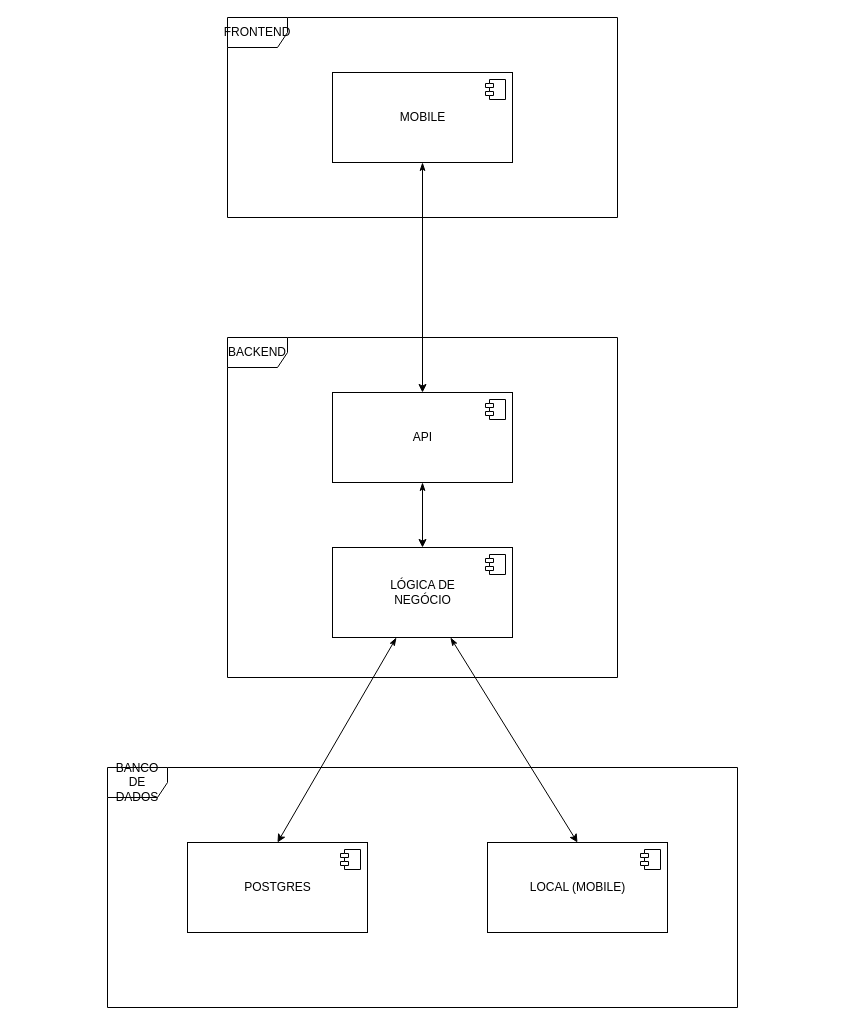
Before: docs/diagrama_arquitetura.drawio in raisson-souza/morfeus-backend, a draw.io diagram. Source tidied: cells renumbered, new cells numbered last; positions are measured from the earlier drawing's top-left corner, leaving out a move shared by most shapes. Both pictures are drawn from the tidied source at 100%, with x=0, y=0 at pixel (107, 17).
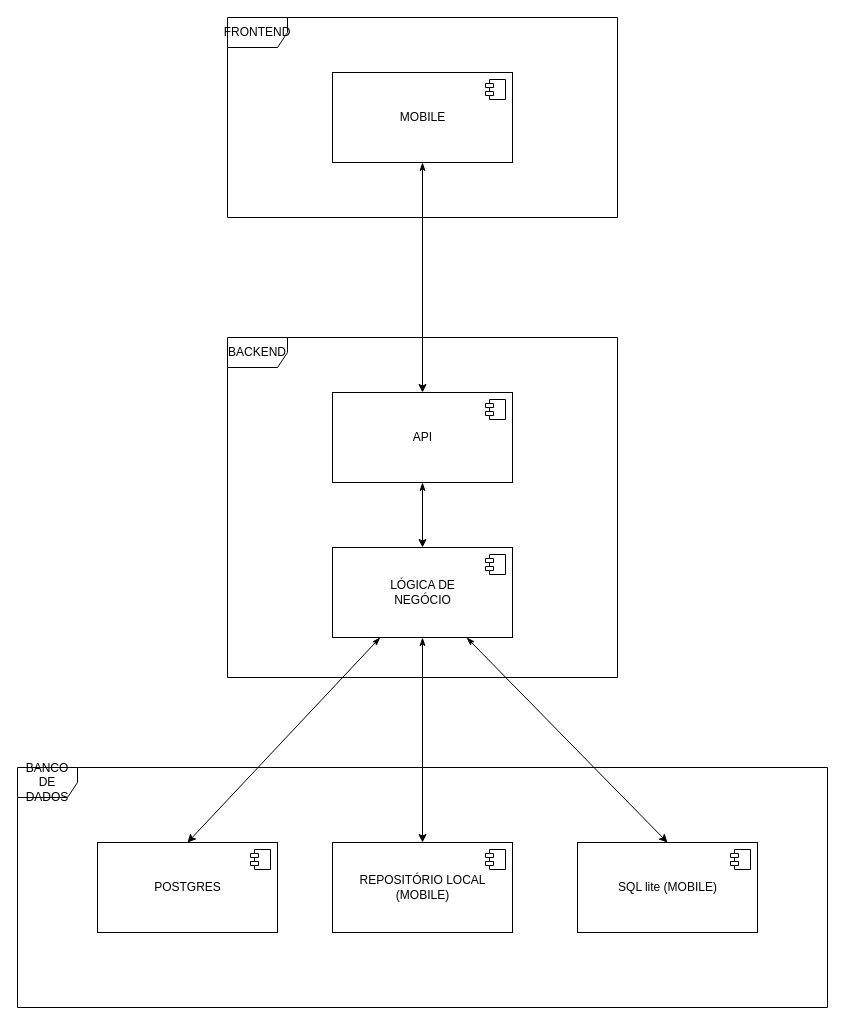
The same diagram, later.

The change refers to these unchanged cells:
```xml
<mxCell id="12" value="LÓGICA DE&lt;br&gt;NEGÓCIO" style="html=1;" parent="1" vertex="1">
  <mxGeometry x="225" y="530" width="180" height="90" as="geometry" />
</mxCell>
```

Diff of the diagram source:
```diff
@@
+    <mxCell id="19" style="edgeStyle=none;html=1;entryX=0.5;entryY=0;entryDx=0;entryDy=0;startArrow=classicThin;startFill=1;" parent="1" edge="1" source="12" target="20">
+      <mxGeometry relative="1" as="geometry" />
+    </mxCell>
@@
     <mxCell id="14" value="BANCO DE DADOS" style="shape=umlFrame;whiteSpace=wrap;html=1;" parent="1" vertex="1">
-      <mxGeometry y="750" width="630" height="240" as="geometry" />
+      <mxGeometry x="-90" y="750" width="810" height="240" as="geometry" />
     </mxCell>
     <mxCell id="15" value="POSTGRES" style="html=1;" parent="1" vertex="1">
-      <mxGeometry x="80" y="825" width="180" height="90" as="geometry" />
+      <mxGeometry x="-10" y="825" width="180" height="90" as="geometry" />
     </mxCell>
@@
-    <mxCell id="17" value="LOCAL (MOBILE)" style="html=1;" parent="1" vertex="1">
-      <mxGeometry x="380" y="825" width="180" height="90" as="geometry" />
+    <mxCell id="17" value="REPOSITÓRIO LOCAL&lt;br&gt;(MOBILE)" style="html=1;" parent="1" vertex="1">
+      <mxGeometry x="225" y="825" width="180" height="90" as="geometry" />
     </mxCell>
@@
+    <mxCell id="20" value="SQL lite (MOBILE)" style="html=1;" parent="1" vertex="1">
+      <mxGeometry x="470" y="825" width="180" height="90" as="geometry" />
+    </mxCell>
+    <mxCell id="21" style="shape=module;jettyWidth=8;jettyHeight=4;" parent="20" vertex="1">
+      <mxGeometry x="1" width="20" height="20" relative="1" as="geometry">
+        <mxPoint x="-27" y="7" as="offset" />
+      </mxGeometry>
+    </mxCell>
```
